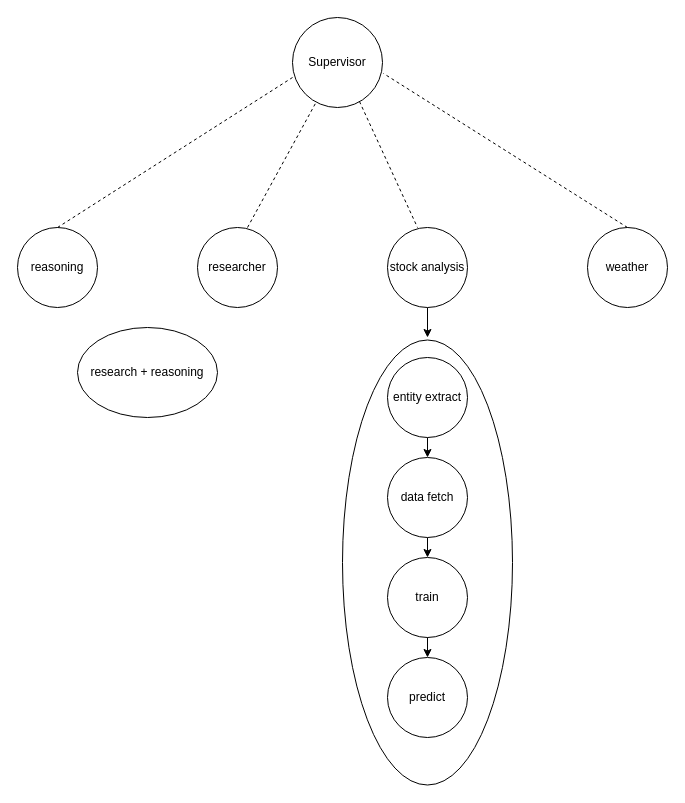
Above: Untitled Diagram.drawio in gaguadcode/stock_prediction (draw.io), before the change. Source tidied: cells renumbered, new cells numbered last; positions are measured from the earlier drawing's top-left corner, leaving out a move shared by most shapes. Both pictures are drawn from the tidied source at 100%, with x=0, y=0 at pixel (17, 17).
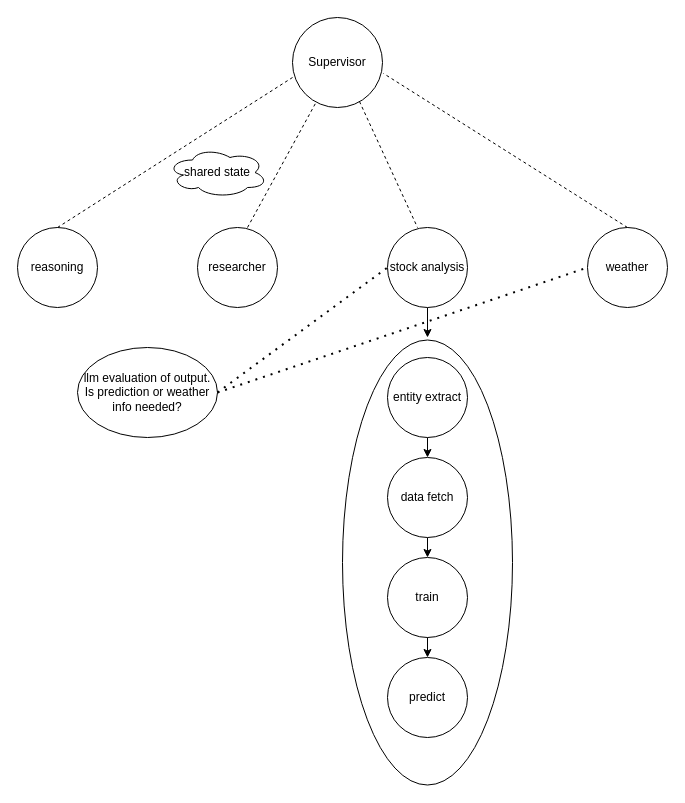
The same page after the edit.

The change refers to these unchanged cells:
```xml
<mxCell id="6" value="stock analysis" style="ellipse;whiteSpace=wrap;html=1;" parent="1" vertex="1">
  <mxGeometry x="370" y="210" width="80" height="80" as="geometry" />
</mxCell>
<mxCell id="7" value="weather" style="ellipse;whiteSpace=wrap;html=1;" parent="1" vertex="1">
  <mxGeometry x="570" y="210" width="80" height="80" as="geometry" />
</mxCell>
```

The edit, as a diff of the source:
```diff
@@
-    <mxCell id="19" value="research + reasoning" style="ellipse;whiteSpace=wrap;html=1;" parent="1" vertex="1">
-      <mxGeometry x="60" y="310" width="140" height="90" as="geometry" />
+    <mxCell id="19" value="llm evaluation of output. Is prediction or weather info needed?" style="ellipse;whiteSpace=wrap;html=1;" parent="1" vertex="1">
+      <mxGeometry x="60" y="330" width="140" height="90" as="geometry" />
     </mxCell>
@@
+    <mxCell id="21" value="shared state" style="ellipse;shape=cloud;whiteSpace=wrap;html=1;" parent="1" vertex="1">
+      <mxGeometry x="150" y="130" width="100" height="50" as="geometry" />
+    </mxCell>
+    <mxCell id="22" style="endArrow=none;dashed=1;html=1;dashPattern=1 3;strokeWidth=2;rounded=0;exitX=1;exitY=0.5;exitDx=0;exitDy=0;entryX=0;entryY=0.5;entryDx=0;entryDy=0;" parent="1" edge="1" source="19" target="6">
+      <mxGeometry relative="1" as="geometry" />
+    </mxCell>
+    <mxCell id="23" style="endArrow=none;dashed=1;html=1;dashPattern=1 3;strokeWidth=2;rounded=0;exitX=1;exitY=0.5;exitDx=0;exitDy=0;entryX=0;entryY=0.5;entryDx=0;entryDy=0;" parent="1" edge="1" source="19" target="7">
+      <mxGeometry relative="1" as="geometry" />
+    </mxCell>
```
